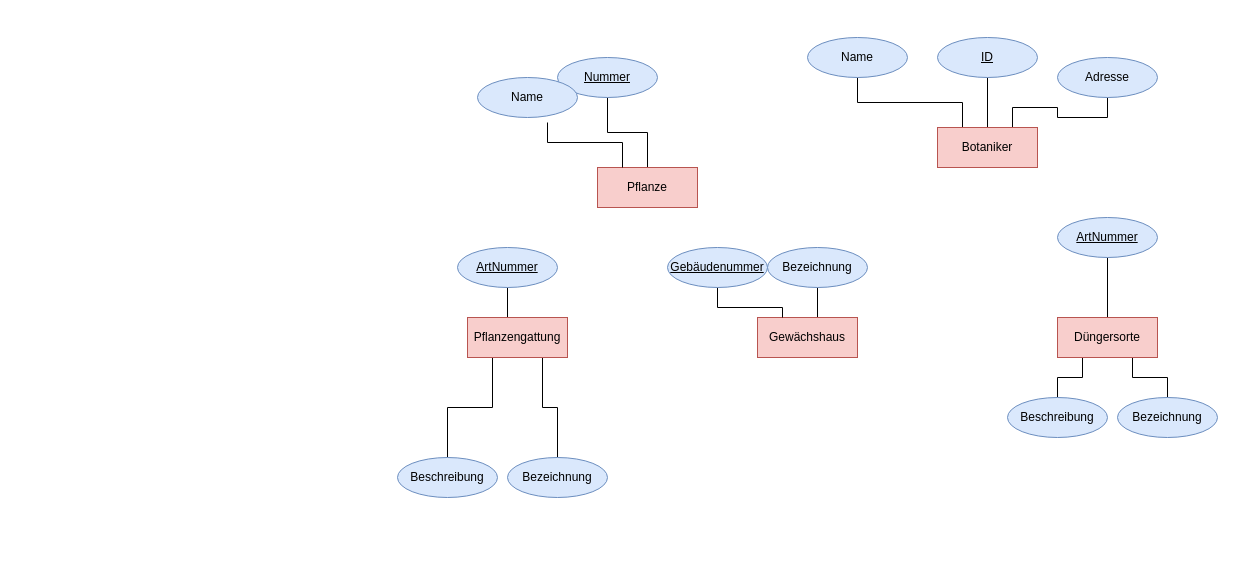
This is Blatt3Aufagbe3.drawio from mesh98a/Datenbank, a draw.io file, before an edit. Source tidied: cells renumbered, new cells numbered last; positions are measured from the earlier drawing's top-left corner, leaving out a move shared by most shapes. Both pictures are drawn from the tidied source at 100%, with x=0, y=0 at pixel (397, 37).
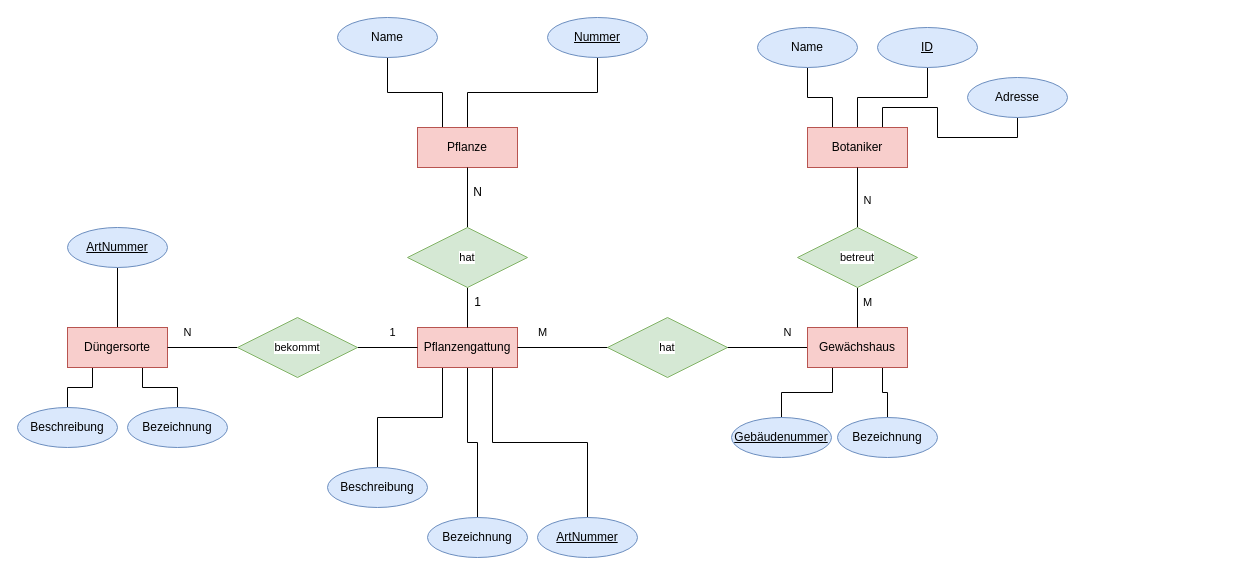
The same page after the edit.

Diff of the diagram source:
```diff
@@
+    <mxCell id="32" style="edgeStyle=orthogonalEdgeStyle;rounded=0;jettySize=auto;html=1;exitX=0.25;exitY=0;exitDx=0;exitDy=0;entryX=0.5;entryY=1;entryDx=0;entryDy=0;endArrow=none;endFill=0;" parent="1" edge="1" source="3" target="25">
+      <mxGeometry relative="1" as="geometry" />
+    </mxCell>
     <mxCell id="3" value="Pflanze" style="whiteSpace=wrap;html=1;align=center;fillColor=#f8cecc;strokeColor=#b85450;" parent="1" vertex="1">
-      <mxGeometry x="200" y="130" width="100" height="40" as="geometry" />
+      <mxGeometry x="20" y="90" width="100" height="40" as="geometry" />
     </mxCell>
-    <mxCell id="4" style="edgeStyle=orthogonalEdgeStyle;rounded=0;jettySize=auto;html=1;exitX=0.75;exitY=1;exitDx=0;exitDy=0;entryX=0.5;entryY=0;entryDx=0;entryDy=0;strokeColor=default;align=center;verticalAlign=middle;fontFamily=Helvetica;fontSize=11;fontColor=default;labelBackgroundColor=default;endArrow=none;endFill=0;" parent="1" edge="1" source="7" target="29">
-      <mxGeometry relative="1" as="geometry" />
-    </mxCell>
@@
-    <mxCell id="6" style="edgeStyle=orthogonalEdgeStyle;rounded=0;jettySize=auto;html=1;exitX=0.5;exitY=0;exitDx=0;exitDy=0;entryX=0.5;entryY=1;entryDx=0;entryDy=0;strokeColor=default;align=center;verticalAlign=middle;fontFamily=Helvetica;fontSize=11;fontColor=default;labelBackgroundColor=default;endArrow=none;endFill=0;" parent="1" edge="1" source="7" target="28">
+    <mxCell id="6" style="edgeStyle=orthogonalEdgeStyle;rounded=0;jettySize=auto;html=1;exitX=0.75;exitY=1;exitDx=0;exitDy=0;strokeColor=default;align=center;verticalAlign=middle;fontFamily=Helvetica;fontSize=11;fontColor=default;labelBackgroundColor=default;endArrow=none;endFill=0;" parent="1" edge="1" source="7" target="28">
       <mxGeometry relative="1" as="geometry" />
     </mxCell>
+    <mxCell id="4" style="edgeStyle=orthogonalEdgeStyle;rounded=0;jettySize=auto;html=1;exitX=0.5;exitY=1;exitDx=0;exitDy=0;entryX=0.5;entryY=0;entryDx=0;entryDy=0;strokeColor=default;align=center;verticalAlign=middle;fontFamily=Helvetica;fontSize=11;fontColor=default;labelBackgroundColor=default;endArrow=none;endFill=0;" parent="1" edge="1" source="7" target="29">
+      <mxGeometry relative="1" as="geometry" />
+    </mxCell>
+    <mxCell id="33" style="edgeStyle=orthogonalEdgeStyle;rounded=0;jettySize=auto;html=1;exitX=0.5;exitY=0;exitDx=0;exitDy=0;entryX=0.5;entryY=1;entryDx=0;entryDy=0;strokeColor=default;align=center;verticalAlign=middle;fontFamily=Helvetica;fontSize=11;fontColor=default;labelBackgroundColor=default;endArrow=none;endFill=0;" parent="1" edge="1" source="38" target="3">
+      <mxGeometry relative="1" as="geometry" />
+    </mxCell>
     <mxCell id="7" value="Pflanzengattung" style="whiteSpace=wrap;html=1;align=center;fillColor=#f8cecc;strokeColor=#b85450;" parent="1" vertex="1">
-      <mxGeometry x="70" y="280" width="100" height="40" as="geometry" />
+      <mxGeometry x="20" y="290" width="100" height="40" as="geometry" />
     </mxCell>
@@
+    <mxCell id="34" style="edgeStyle=orthogonalEdgeStyle;rounded=0;jettySize=auto;html=1;exitX=1;exitY=0.5;exitDx=0;exitDy=0;strokeColor=default;align=center;verticalAlign=middle;fontFamily=Helvetica;fontSize=11;fontColor=default;labelBackgroundColor=default;endArrow=none;endFill=0;" parent="1" edge="1" source="48" target="7">
+      <mxGeometry relative="1" as="geometry" />
+    </mxCell>
     <mxCell id="11" value="Düngersorte" style="whiteSpace=wrap;html=1;align=center;fillColor=#f8cecc;strokeColor=#b85450;" parent="1" vertex="1">
-      <mxGeometry x="660" y="280" width="100" height="40" as="geometry" />
+      <mxGeometry x="-330" y="290" width="100" height="40" as="geometry" />
     </mxCell>
-    <mxCell id="12" style="edgeStyle=orthogonalEdgeStyle;rounded=0;jettySize=auto;html=1;exitX=0.5;exitY=0;exitDx=0;exitDy=0;entryX=0.5;entryY=1;entryDx=0;entryDy=0;strokeColor=default;align=center;verticalAlign=middle;fontFamily=Helvetica;fontSize=11;fontColor=default;labelBackgroundColor=default;endArrow=none;endFill=0;" parent="1" edge="1" source="13" target="24">
+    <mxCell id="12" style="edgeStyle=orthogonalEdgeStyle;rounded=0;jettySize=auto;html=1;exitX=0.75;exitY=1;exitDx=0;exitDy=0;entryX=0.5;entryY=0;entryDx=0;entryDy=0;strokeColor=default;align=center;verticalAlign=middle;fontFamily=Helvetica;fontSize=11;fontColor=default;labelBackgroundColor=default;endArrow=none;endFill=0;" parent="1" edge="1" source="13" target="24">
       <mxGeometry relative="1" as="geometry" />
     </mxCell>
+    <mxCell id="35" style="edgeStyle=orthogonalEdgeStyle;rounded=0;jettySize=auto;html=1;exitX=0.25;exitY=1;exitDx=0;exitDy=0;entryX=0.5;entryY=0;entryDx=0;entryDy=0;strokeColor=default;align=center;verticalAlign=middle;fontFamily=Helvetica;fontSize=11;fontColor=default;labelBackgroundColor=default;endArrow=none;endFill=0;" parent="1" edge="1" source="13" target="19">
+      <mxGeometry relative="1" as="geometry" />
+    </mxCell>
+    <mxCell id="36" style="edgeStyle=orthogonalEdgeStyle;rounded=0;jettySize=auto;html=1;exitX=0;exitY=0.5;exitDx=0;exitDy=0;entryX=1;entryY=0.5;entryDx=0;entryDy=0;strokeColor=default;align=center;verticalAlign=middle;fontFamily=Helvetica;fontSize=11;fontColor=default;labelBackgroundColor=default;endArrow=none;endFill=0;" parent="1" edge="1" source="13" target="7">
+      <mxGeometry relative="1" as="geometry" />
+    </mxCell>
     <mxCell id="13" value="Gewächshaus" style="whiteSpace=wrap;html=1;align=center;fillColor=#f8cecc;strokeColor=#b85450;" parent="1" vertex="1">
-      <mxGeometry x="360" y="280" width="100" height="40" as="geometry" />
+      <mxGeometry x="410" y="290" width="100" height="40" as="geometry" />
     </mxCell>
@@
     <mxCell id="17" value="Botaniker" style="whiteSpace=wrap;html=1;align=center;fillColor=#f8cecc;strokeColor=#b85450;" parent="1" vertex="1">
-      <mxGeometry x="540" y="90" width="100" height="40" as="geometry" />
+      <mxGeometry x="410" y="90" width="100" height="40" as="geometry" />
     </mxCell>
-    <mxCell id="18" style="edgeStyle=orthogonalEdgeStyle;rounded=0;jettySize=auto;html=1;exitX=0.5;exitY=1;exitDx=0;exitDy=0;entryX=0.25;entryY=0;entryDx=0;entryDy=0;strokeColor=default;align=center;verticalAlign=middle;fontFamily=Helvetica;fontSize=11;fontColor=default;labelBackgroundColor=default;endArrow=none;endFill=0;" parent="1" edge="1" source="19" target="13">
-      <mxGeometry relative="1" as="geometry" />
-    </mxCell>
     <mxCell id="19" value="Gebäudenummer" style="ellipse;whiteSpace=wrap;html=1;align=center;fontStyle=4;fillColor=#dae8fc;strokeColor=#6c8ebf;" parent="1" vertex="1">
-      <mxGeometry x="270" y="210" width="100" height="40" as="geometry" />
+      <mxGeometry x="334" y="380" width="100" height="40" as="geometry" />
     </mxCell>
     <mxCell id="20" value="Nummer" style="ellipse;whiteSpace=wrap;html=1;align=center;fontStyle=4;fillColor=#dae8fc;strokeColor=#6c8ebf;" parent="1" vertex="1">
-      <mxGeometry x="160" y="20" width="100" height="40" as="geometry" />
+      <mxGeometry x="150" y="-20" width="100" height="40" as="geometry" />
     </mxCell>
     <mxCell id="21" value="ArtNummer" style="ellipse;whiteSpace=wrap;html=1;align=center;fontStyle=4;fillColor=#dae8fc;strokeColor=#6c8ebf;" parent="1" vertex="1">
-      <mxGeometry x="660" y="180" width="100" height="40" as="geometry" />
+      <mxGeometry x="-330" y="190" width="100" height="40" as="geometry" />
     </mxCell>
     <mxCell id="22" value="ID" style="ellipse;whiteSpace=wrap;html=1;align=center;fontStyle=4;fillColor=#dae8fc;strokeColor=#6c8ebf;" parent="1" vertex="1">
-      <mxGeometry x="540" width="100" height="40" as="geometry" />
+      <mxGeometry x="480" y="-10" width="100" height="40" as="geometry" />
     </mxCell>
     <mxCell id="23" value="Adresse" style="ellipse;whiteSpace=wrap;html=1;align=center;fillColor=#dae8fc;strokeColor=#6c8ebf;" parent="1" vertex="1">
-      <mxGeometry x="660" y="20" width="100" height="40" as="geometry" />
+      <mxGeometry x="570" y="40" width="100" height="40" as="geometry" />
     </mxCell>
     <mxCell id="24" value="Bezeichnung" style="ellipse;whiteSpace=wrap;html=1;align=center;fillColor=#dae8fc;strokeColor=#6c8ebf;" parent="1" vertex="1">
-      <mxGeometry x="370" y="210" width="100" height="40" as="geometry" />
+      <mxGeometry x="440" y="380" width="100" height="40" as="geometry" />
     </mxCell>
     <mxCell id="25" value="Name" style="ellipse;whiteSpace=wrap;html=1;align=center;fillColor=#dae8fc;strokeColor=#6c8ebf;" parent="1" vertex="1">
-      <mxGeometry x="80" y="40" width="100" height="40" as="geometry" />
+      <mxGeometry x="-60" y="-20" width="100" height="40" as="geometry" />
     </mxCell>
     <mxCell id="26" value="Bezeichnung" style="ellipse;whiteSpace=wrap;html=1;align=center;fillColor=#dae8fc;strokeColor=#6c8ebf;" parent="1" vertex="1">
-      <mxGeometry x="720" y="360" width="100" height="40" as="geometry" />
+      <mxGeometry x="-270" y="370" width="100" height="40" as="geometry" />
     </mxCell>
     <mxCell id="27" value="Beschreibung" style="ellipse;whiteSpace=wrap;html=1;align=center;fillColor=#dae8fc;strokeColor=#6c8ebf;" parent="1" vertex="1">
-      <mxGeometry x="610" y="360" width="100" height="40" as="geometry" />
+      <mxGeometry x="-380" y="370" width="100" height="40" as="geometry" />
     </mxCell>
     <mxCell id="28" value="ArtNummer" style="ellipse;whiteSpace=wrap;html=1;align=center;fontStyle=4;fillColor=#dae8fc;strokeColor=#6c8ebf;" parent="1" vertex="1">
-      <mxGeometry x="60" y="210" width="100" height="40" as="geometry" />
+      <mxGeometry x="140" y="480" width="100" height="40" as="geometry" />
     </mxCell>
     <mxCell id="29" value="Bezeichnung" style="ellipse;whiteSpace=wrap;html=1;align=center;fillColor=#dae8fc;strokeColor=#6c8ebf;" parent="1" vertex="1">
-      <mxGeometry x="110" y="420" width="100" height="40" as="geometry" />
+      <mxGeometry x="30" y="480" width="100" height="40" as="geometry" />
     </mxCell>
     <mxCell id="30" value="Beschreibung" style="ellipse;whiteSpace=wrap;html=1;align=center;fillColor=#dae8fc;strokeColor=#6c8ebf;" parent="1" vertex="1">
-      <mxGeometry y="420" width="100" height="40" as="geometry" />
+      <mxGeometry x="-70" y="430" width="100" height="40" as="geometry" />
     </mxCell>
     <mxCell id="31" value="Name" style="ellipse;whiteSpace=wrap;html=1;align=center;fillColor=#dae8fc;strokeColor=#6c8ebf;" parent="1" vertex="1">
-      <mxGeometry x="410" width="100" height="40" as="geometry" />
+      <mxGeometry x="360" y="-10" width="100" height="40" as="geometry" />
     </mxCell>
-    <mxCell id="32" style="edgeStyle=orthogonalEdgeStyle;rounded=0;jettySize=auto;html=1;exitX=0.25;exitY=0;exitDx=0;exitDy=0;entryX=0.7;entryY=1.125;entryDx=0;entryDy=0;entryPerimeter=0;strokeColor=default;align=center;verticalAlign=middle;fontFamily=Helvetica;fontSize=11;fontColor=default;labelBackgroundColor=default;endArrow=none;endFill=0;" parent="1" edge="1" source="3" target="25">
-      <mxGeometry relative="1" as="geometry" />
-    </mxCell>
+    <mxCell id="37" style="edgeStyle=orthogonalEdgeStyle;rounded=0;jettySize=auto;html=1;exitX=0.5;exitY=0;exitDx=0;exitDy=0;entryX=0.5;entryY=1;entryDx=0;entryDy=0;strokeColor=default;align=center;verticalAlign=middle;fontFamily=Helvetica;fontSize=11;fontColor=default;labelBackgroundColor=default;endArrow=none;endFill=0;" parent="1" edge="1" source="7" target="38">
+      <mxGeometry relative="1" as="geometry" />
+    </mxCell>
+    <mxCell id="38" value="hat" style="shape=rhombus;perimeter=rhombusPerimeter;whiteSpace=wrap;html=1;align=center;fontFamily=Helvetica;fontSize=11;labelBackgroundColor=default;fillColor=#d5e8d4;strokeColor=#82b366;" parent="1" vertex="1">
+      <mxGeometry x="10" y="190" width="120" height="60" as="geometry" />
+    </mxCell>
+    <mxCell id="39" value="1" style="text;html=1;align=center;verticalAlign=middle;strokeColor=none;fillColor=none;" parent="1" vertex="1">
+      <mxGeometry x="65" y="250" width="30" height="30" as="geometry" />
+    </mxCell>
+    <mxCell id="40" value="N" style="text;html=1;align=center;verticalAlign=middle;strokeColor=none;fillColor=none;" parent="1" vertex="1">
+      <mxGeometry x="65" y="140" width="30" height="30" as="geometry" />
+    </mxCell>
+    <mxCell id="41" style="edgeStyle=orthogonalEdgeStyle;rounded=0;jettySize=auto;html=1;exitX=0.5;exitY=0;exitDx=0;exitDy=0;strokeColor=default;align=center;verticalAlign=middle;fontFamily=Helvetica;fontSize=11;fontColor=default;labelBackgroundColor=default;endArrow=none;endFill=0;" parent="1" edge="1" source="43" target="17">
+      <mxGeometry relative="1" as="geometry" />
+    </mxCell>
+    <mxCell id="42" style="edgeStyle=orthogonalEdgeStyle;rounded=0;jettySize=auto;html=1;exitX=0.5;exitY=1;exitDx=0;exitDy=0;entryX=0.5;entryY=0;entryDx=0;entryDy=0;strokeColor=default;align=center;verticalAlign=middle;fontFamily=Helvetica;fontSize=11;fontColor=default;labelBackgroundColor=default;endArrow=none;endFill=0;" parent="1" edge="1" source="43" target="13">
+      <mxGeometry relative="1" as="geometry" />
+    </mxCell>
+    <mxCell id="43" value="betreut" style="shape=rhombus;perimeter=rhombusPerimeter;whiteSpace=wrap;html=1;align=center;fontFamily=Helvetica;fontSize=11;labelBackgroundColor=default;fillColor=#d5e8d4;strokeColor=#82b366;" parent="1" vertex="1">
+      <mxGeometry x="400" y="190" width="120" height="60" as="geometry" />
+    </mxCell>
+    <mxCell id="44" value="N" style="text;html=1;align=center;verticalAlign=middle;strokeColor=none;fillColor=none;fontFamily=Helvetica;fontSize=11;fontColor=default;labelBackgroundColor=default;" parent="1" vertex="1">
+      <mxGeometry x="455" y="148" width="30" height="30" as="geometry" />
+    </mxCell>
+    <mxCell id="45" value="M" style="text;html=1;align=center;verticalAlign=middle;strokeColor=none;fillColor=none;fontFamily=Helvetica;fontSize=11;fontColor=default;labelBackgroundColor=default;" parent="1" vertex="1">
+      <mxGeometry x="455" y="250" width="30" height="30" as="geometry" />
+    </mxCell>
+    <mxCell id="46" value="hat" style="shape=rhombus;perimeter=rhombusPerimeter;whiteSpace=wrap;html=1;align=center;fontFamily=Helvetica;fontSize=11;labelBackgroundColor=default;fillColor=#d5e8d4;strokeColor=#82b366;" parent="1" vertex="1">
+      <mxGeometry x="210" y="280" width="120" height="60" as="geometry" />
+    </mxCell>
+    <mxCell id="47" style="edgeStyle=orthogonalEdgeStyle;rounded=0;jettySize=auto;html=1;exitX=1;exitY=0.5;exitDx=0;exitDy=0;strokeColor=default;align=center;verticalAlign=middle;fontFamily=Helvetica;fontSize=11;fontColor=default;labelBackgroundColor=default;endArrow=none;endFill=0;" parent="1" edge="1" source="11" target="48">
+      <mxGeometry relative="1" as="geometry" />
+    </mxCell>
+    <mxCell id="48" value="bekommt" style="shape=rhombus;perimeter=rhombusPerimeter;whiteSpace=wrap;html=1;align=center;fontFamily=Helvetica;fontSize=11;labelBackgroundColor=default;fillColor=#d5e8d4;strokeColor=#82b366;" parent="1" vertex="1">
+      <mxGeometry x="-160" y="280" width="120" height="60" as="geometry" />
+    </mxCell>
+    <mxCell id="49" value="1" style="text;html=1;align=center;verticalAlign=middle;strokeColor=none;fillColor=none;fontFamily=Helvetica;fontSize=11;fontColor=default;labelBackgroundColor=default;" parent="1" vertex="1">
+      <mxGeometry x="-20" y="280" width="30" height="30" as="geometry" />
+    </mxCell>
+    <mxCell id="50" value="N" style="text;html=1;align=center;verticalAlign=middle;strokeColor=none;fillColor=none;fontFamily=Helvetica;fontSize=11;fontColor=default;labelBackgroundColor=default;" parent="1" vertex="1">
+      <mxGeometry x="-225" y="280" width="30" height="30" as="geometry" />
+    </mxCell>
+    <mxCell id="51" value="N" style="text;html=1;align=center;verticalAlign=middle;strokeColor=none;fillColor=none;fontFamily=Helvetica;fontSize=11;fontColor=default;labelBackgroundColor=default;" parent="1" vertex="1">
+      <mxGeometry x="375" y="280" width="30" height="30" as="geometry" />
+    </mxCell>
+    <mxCell id="52" value="M" style="text;html=1;align=center;verticalAlign=middle;strokeColor=none;fillColor=none;fontFamily=Helvetica;fontSize=11;fontColor=default;labelBackgroundColor=default;" parent="1" vertex="1">
+      <mxGeometry x="130" y="280" width="30" height="30" as="geometry" />
+    </mxCell>
```
